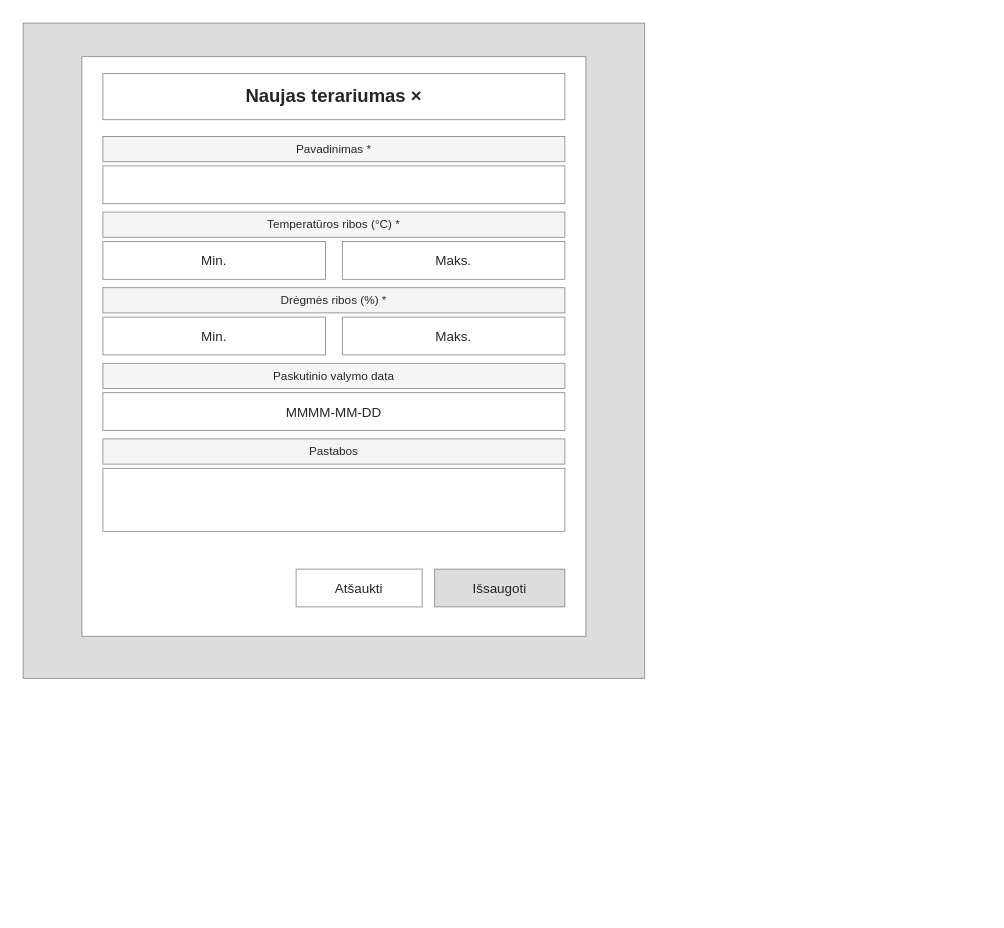
Higureen/terrarium-care keeps this draw.io diagram as page "03 Terariumų sąrašas" (3 of 16) of docs/wireframes/TerraCare-wireframes.drawio. Above is the earlier version. Source tidied: cells renumbered, new cells numbered last; positions are measured from the earlier drawing's top-left corner, leaving out a move shared by most shapes. Both pictures are drawn from the tidied source at 84%, with x=0, y=0 at pixel (23, 23).
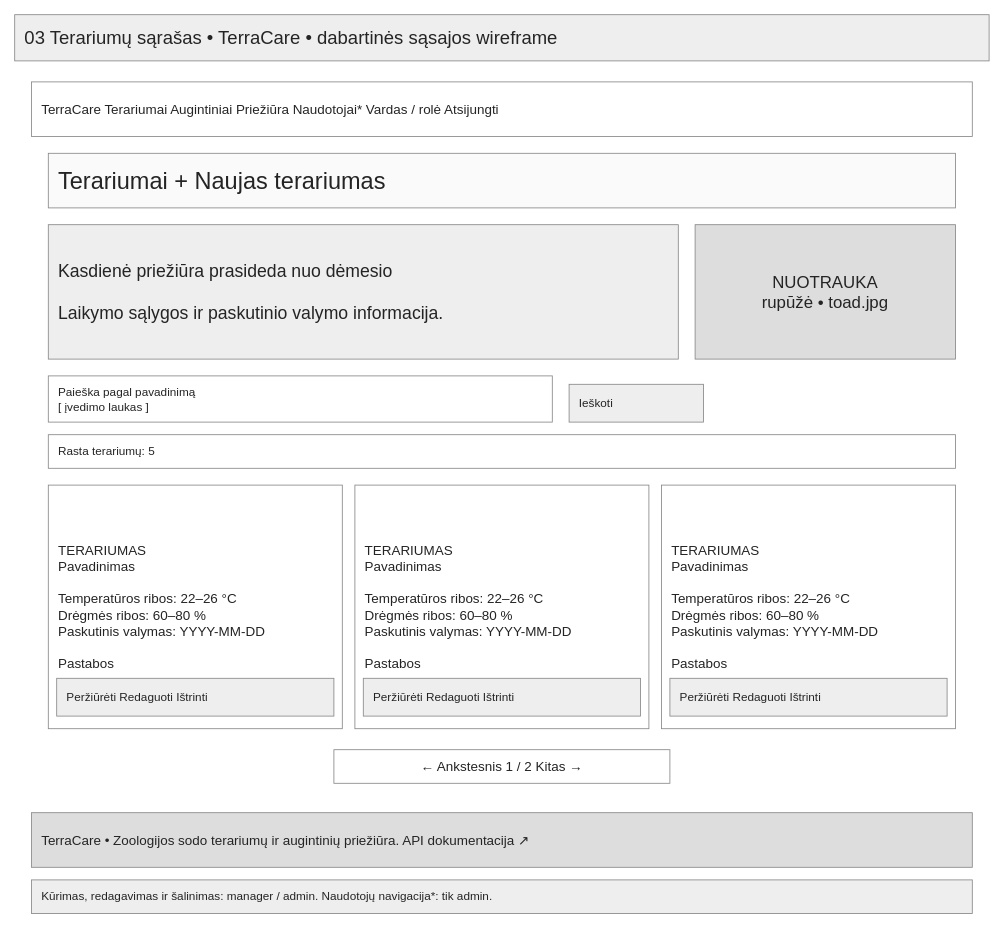
The same page after the edit.

What changed in the source:
```diff
@@
 <mxGraphModel>
   <root>
     <mxCell id="0" />
     <mxCell id="1" parent="0" />
-    <mxCell id="2" style="rounded=0;whiteSpace=wrap;html=0;fillColor=#dddddd;strokeColor=#888888;fontColor=#262626;fontFamily=Arial;fontSize=16;fontStyle=0;spacing=12;" parent="1" vertex="1">
-      <mxGeometry width="740" height="780" as="geometry" />
+    <mxCell id="2" value="03 Terariumų sąrašas • TerraCare • dabartinės sąsajos wireframe" style="rounded=0;whiteSpace=wrap;html=0;fontFamily=Arial;fontSize=16;fontColor=#242424;strokeColor=#888888;fillColor=#ffffff;spacing=12;fillColor=#eeeeee;fontSize=22;align=left;verticalAlign=middle;" parent="1" vertex="1">
+      <mxGeometry x="-10" y="-10" width="1160" height="55" as="geometry" />
     </mxCell>
-    <mxCell id="3" style="rounded=0;whiteSpace=wrap;html=0;fillColor=#FFFFFF;strokeColor=#888888;fontColor=#262626;fontFamily=Arial;fontSize=16;fontStyle=0;spacing=12;" parent="1" vertex="1">
-      <mxGeometry x="70" y="40" width="600" height="690" as="geometry" />
+    <mxCell id="3" value="TerraCare       Terariumai   Augintiniai   Priežiūra   Naudotojai*      Vardas / rolė    Atsijungti" style="rounded=0;whiteSpace=wrap;html=0;fontFamily=Arial;fontSize=16;fontColor=#242424;strokeColor=#888888;fillColor=#ffffff;spacing=12;fillColor=#ffffff;fontSize=16;align=left;verticalAlign=middle;" parent="1" vertex="1">
+      <mxGeometry x="10" y="70" width="1120" height="65" as="geometry" />
     </mxCell>
-    <mxCell id="4" value="Naujas terariumas                            ×" style="rounded=0;whiteSpace=wrap;html=0;fillColor=#FFFFFF;strokeColor=#888888;fontColor=#262626;fontFamily=Arial;fontSize=22;fontStyle=1;spacing=12;" parent="1" vertex="1">
-      <mxGeometry x="95" y="60" width="550" height="55" as="geometry" />
+    <mxCell id="4" value="TerraCare    •    Zoologijos sodo terariumų ir augintinių priežiūra.             API dokumentacija ↗" style="rounded=0;whiteSpace=wrap;html=0;fontFamily=Arial;fontSize=16;fontColor=#242424;strokeColor=#888888;fillColor=#ffffff;spacing=12;fillColor=#dddddd;fontSize=16;align=left;verticalAlign=middle;" parent="1" vertex="1">
+      <mxGeometry x="10" y="940" width="1120" height="65" as="geometry" />
     </mxCell>
-    <mxCell id="5" value="Pavadinimas *" style="rounded=0;whiteSpace=wrap;html=0;fillColor=#f5f5f5;strokeColor=#888888;fontColor=#262626;fontFamily=Arial;fontSize=14;fontStyle=0;spacing=12;" parent="1" vertex="1">
-      <mxGeometry x="95" y="135" width="550" height="30" as="geometry" />
+    <mxCell id="5" value="Kūrimas, redagavimas ir šalinimas: manager / admin. Naudotojų navigacija*: tik admin." style="rounded=0;whiteSpace=wrap;html=0;fontFamily=Arial;fontSize=16;fontColor=#242424;strokeColor=#888888;fillColor=#ffffff;spacing=12;fillColor=#eeeeee;fontSize=14;align=left;verticalAlign=middle;" parent="1" vertex="1">
+      <mxGeometry x="10" y="1020" width="1120" height="40" as="geometry" />
     </mxCell>
-    <mxCell id="6" style="rounded=0;whiteSpace=wrap;html=0;fillColor=#FFFFFF;strokeColor=#888888;fontColor=#262626;fontFamily=Arial;fontSize=16;fontStyle=0;spacing=12;" parent="1" vertex="1">
-      <mxGeometry x="95" y="170" width="550" height="45" as="geometry" />
+    <mxCell id="6" value="Terariumai                                                   + Naujas terariumas" style="rounded=0;whiteSpace=wrap;html=0;fontFamily=Arial;fontSize=16;fontColor=#242424;strokeColor=#888888;fillColor=#ffffff;spacing=12;fillColor=#fafafa;fontSize=28;align=left;verticalAlign=middle;" parent="1" vertex="1">
+      <mxGeometry x="30" y="155" width="1080" height="65" as="geometry" />
     </mxCell>
-    <mxCell id="7" value="Temperatūros ribos (°C) *" style="rounded=0;whiteSpace=wrap;html=0;fillColor=#f5f5f5;strokeColor=#888888;fontColor=#262626;fontFamily=Arial;fontSize=14;fontStyle=0;spacing=12;" parent="1" vertex="1">
-      <mxGeometry x="95" y="225" width="550" height="30" as="geometry" />
+    <mxCell id="7" value="Kasdienė priežiūra prasideda nuo dėmesio&#10;&#10;Laikymo sąlygos ir paskutinio valymo informacija." style="rounded=0;whiteSpace=wrap;html=0;fontFamily=Arial;fontSize=16;fontColor=#242424;strokeColor=#888888;fillColor=#ffffff;spacing=12;fillColor=#eeeeee;fontSize=21;align=left;verticalAlign=middle;" parent="1" vertex="1">
+      <mxGeometry x="30" y="240" width="750" height="160" as="geometry" />
     </mxCell>
-    <mxCell id="8" value="Min." style="rounded=0;whiteSpace=wrap;html=0;fillColor=#FFFFFF;strokeColor=#888888;fontColor=#262626;fontFamily=Arial;fontSize=16;fontStyle=0;spacing=12;" parent="1" vertex="1">
-      <mxGeometry x="95" y="260" width="265" height="45" as="geometry" />
+    <mxCell id="8" value="NUOTRAUKA&#10;rupūžė • toad.jpg" style="rounded=0;whiteSpace=wrap;html=0;fontFamily=Arial;fontSize=16;fontColor=#242424;strokeColor=#888888;fillColor=#ffffff;spacing=12;fillColor=#dddddd;fontSize=20;align=center;verticalAlign=middle;" parent="1" vertex="1">
+      <mxGeometry x="800" y="240" width="310" height="160" as="geometry" />
     </mxCell>
-    <mxCell id="9" value="Maks." style="rounded=0;whiteSpace=wrap;html=0;fillColor=#FFFFFF;strokeColor=#888888;fontColor=#262626;fontFamily=Arial;fontSize=16;fontStyle=0;spacing=12;" parent="1" vertex="1">
-      <mxGeometry x="380" y="260" width="265" height="45" as="geometry" />
+    <mxCell id="9" value="Paieška pagal pavadinimą&#10;[ įvedimo laukas ]" style="rounded=0;whiteSpace=wrap;html=0;fontFamily=Arial;fontSize=16;fontColor=#242424;strokeColor=#888888;fillColor=#ffffff;spacing=12;fillColor=#ffffff;fontSize=14;align=left;verticalAlign=middle;" parent="1" vertex="1">
+      <mxGeometry x="30" y="420" width="600" height="55" as="geometry" />
     </mxCell>
-    <mxCell id="10" value="Drėgmės ribos (%) *" style="rounded=0;whiteSpace=wrap;html=0;fillColor=#f5f5f5;strokeColor=#888888;fontColor=#262626;fontFamily=Arial;fontSize=14;fontStyle=0;spacing=12;" parent="1" vertex="1">
-      <mxGeometry x="95" y="315" width="550" height="30" as="geometry" />
+    <mxCell id="10" value="Ieškoti" style="rounded=0;whiteSpace=wrap;html=0;fontFamily=Arial;fontSize=16;fontColor=#242424;strokeColor=#888888;fillColor=#ffffff;spacing=12;fillColor=#eeeeee;fontSize=14;align=left;verticalAlign=middle;" parent="1" vertex="1">
+      <mxGeometry x="650" y="430" width="160" height="45" as="geometry" />
     </mxCell>
-    <mxCell id="11" value="Min." style="rounded=0;whiteSpace=wrap;html=0;fillColor=#FFFFFF;strokeColor=#888888;fontColor=#262626;fontFamily=Arial;fontSize=16;fontStyle=0;spacing=12;" parent="1" vertex="1">
-      <mxGeometry x="95" y="350" width="265" height="45" as="geometry" />
+    <mxCell id="11" value="Rasta terariumų: 5" style="rounded=0;whiteSpace=wrap;html=0;fontFamily=Arial;fontSize=16;fontColor=#242424;strokeColor=#888888;fillColor=#ffffff;spacing=12;fillColor=#ffffff;fontSize=14;align=left;verticalAlign=middle;" parent="1" vertex="1">
+      <mxGeometry x="30" y="490" width="1080" height="40" as="geometry" />
     </mxCell>
-    <mxCell id="12" value="Maks." style="rounded=0;whiteSpace=wrap;html=0;fillColor=#FFFFFF;strokeColor=#888888;fontColor=#262626;fontFamily=Arial;fontSize=16;fontStyle=0;spacing=12;" parent="1" vertex="1">
-      <mxGeometry x="380" y="350" width="265" height="45" as="geometry" />
+    <mxCell id="12" value="TERARIUMAS&#10;Pavadinimas&#10;&#10;Temperatūros ribos: 22–26 °C&#10;Drėgmės ribos: 60–80 %&#10;Paskutinis valymas: YYYY-MM-DD&#10;&#10;Pastabos" style="rounded=0;whiteSpace=wrap;html=0;fontFamily=Arial;fontSize=16;fontColor=#242424;strokeColor=#888888;fillColor=#ffffff;spacing=12;fillColor=#ffffff;fontSize=16;align=left;verticalAlign=middle;" parent="1" vertex="1">
+      <mxGeometry x="30" y="550" width="350" height="290" as="geometry" />
     </mxCell>
-    <mxCell id="13" value="Paskutinio valymo data" style="rounded=0;whiteSpace=wrap;html=0;fillColor=#f5f5f5;strokeColor=#888888;fontColor=#262626;fontFamily=Arial;fontSize=14;fontStyle=0;spacing=12;" parent="1" vertex="1">
-      <mxGeometry x="95" y="405" width="550" height="30" as="geometry" />
+    <mxCell id="13" value="Peržiūrėti   Redaguoti   Ištrinti" style="rounded=0;whiteSpace=wrap;html=0;fontFamily=Arial;fontSize=16;fontColor=#242424;strokeColor=#888888;fillColor=#ffffff;spacing=12;fillColor=#eeeeee;fontSize=14;align=left;verticalAlign=middle;" parent="1" vertex="1">
+      <mxGeometry x="40" y="780" width="330" height="45" as="geometry" />
     </mxCell>
-    <mxCell id="14" value="MMMM-MM-DD" style="rounded=0;whiteSpace=wrap;html=0;fillColor=#FFFFFF;strokeColor=#888888;fontColor=#262626;fontFamily=Arial;fontSize=16;fontStyle=0;spacing=12;" parent="1" vertex="1">
-      <mxGeometry x="95" y="440" width="550" height="45" as="geometry" />
+    <mxCell id="14" value="TERARIUMAS&#10;Pavadinimas&#10;&#10;Temperatūros ribos: 22–26 °C&#10;Drėgmės ribos: 60–80 %&#10;Paskutinis valymas: YYYY-MM-DD&#10;&#10;Pastabos" style="rounded=0;whiteSpace=wrap;html=0;fontFamily=Arial;fontSize=16;fontColor=#242424;strokeColor=#888888;fillColor=#ffffff;spacing=12;fillColor=#ffffff;fontSize=16;align=left;verticalAlign=middle;" parent="1" vertex="1">
+      <mxGeometry x="395" y="550" width="350" height="290" as="geometry" />
     </mxCell>
-    <mxCell id="15" value="Pastabos" style="rounded=0;whiteSpace=wrap;html=0;fillColor=#f5f5f5;strokeColor=#888888;fontColor=#262626;fontFamily=Arial;fontSize=14;fontStyle=0;spacing=12;" parent="1" vertex="1">
-      <mxGeometry x="95" y="495" width="550" height="30" as="geometry" />
+    <mxCell id="15" value="Peržiūrėti   Redaguoti   Ištrinti" style="rounded=0;whiteSpace=wrap;html=0;fontFamily=Arial;fontSize=16;fontColor=#242424;strokeColor=#888888;fillColor=#ffffff;spacing=12;fillColor=#eeeeee;fontSize=14;align=left;verticalAlign=middle;" parent="1" vertex="1">
+      <mxGeometry x="405" y="780" width="330" height="45" as="geometry" />
     </mxCell>
-    <mxCell id="16" style="rounded=0;whiteSpace=wrap;html=0;fillColor=#FFFFFF;strokeColor=#888888;fontColor=#262626;fontFamily=Arial;fontSize=16;fontStyle=0;spacing=12;" parent="1" vertex="1">
-      <mxGeometry x="95" y="530" width="550" height="75" as="geometry" />
+    <mxCell id="16" value="TERARIUMAS&#10;Pavadinimas&#10;&#10;Temperatūros ribos: 22–26 °C&#10;Drėgmės ribos: 60–80 %&#10;Paskutinis valymas: YYYY-MM-DD&#10;&#10;Pastabos" style="rounded=0;whiteSpace=wrap;html=0;fontFamily=Arial;fontSize=16;fontColor=#242424;strokeColor=#888888;fillColor=#ffffff;spacing=12;fillColor=#ffffff;fontSize=16;align=left;verticalAlign=middle;" parent="1" vertex="1">
+      <mxGeometry x="760" y="550" width="350" height="290" as="geometry" />
     </mxCell>
-    <mxCell id="17" value="Atšaukti" style="rounded=0;whiteSpace=wrap;html=0;fillColor=#FFFFFF;strokeColor=#888888;fontColor=#262626;fontFamily=Arial;fontSize=16;fontStyle=0;spacing=12;" parent="1" vertex="1">
-      <mxGeometry x="325" y="650" width="150" height="45" as="geometry" />
+    <mxCell id="17" value="Peržiūrėti   Redaguoti   Ištrinti" style="rounded=0;whiteSpace=wrap;html=0;fontFamily=Arial;fontSize=16;fontColor=#242424;strokeColor=#888888;fillColor=#ffffff;spacing=12;fillColor=#eeeeee;fontSize=14;align=left;verticalAlign=middle;" parent="1" vertex="1">
+      <mxGeometry x="770" y="780" width="330" height="45" as="geometry" />
     </mxCell>
-    <mxCell id="18" value="Išsaugoti" style="rounded=0;whiteSpace=wrap;html=0;fillColor=#dddddd;strokeColor=#888888;fontColor=#262626;fontFamily=Arial;fontSize=16;fontStyle=0;spacing=12;" parent="1" vertex="1">
-      <mxGeometry x="490" y="650" width="155" height="45" as="geometry" />
+    <mxCell id="18" value="← Ankstesnis         1 / 2         Kitas →" style="rounded=0;whiteSpace=wrap;html=0;fontFamily=Arial;fontSize=16;fontColor=#242424;strokeColor=#888888;fillColor=#ffffff;spacing=12;fillColor=#ffffff;fontSize=16;align=center;verticalAlign=middle;" parent="1" vertex="1">
+      <mxGeometry x="370" y="865" width="400" height="40" as="geometry" />
     </mxCell>
   </root>
 </mxGraphModel>
```
